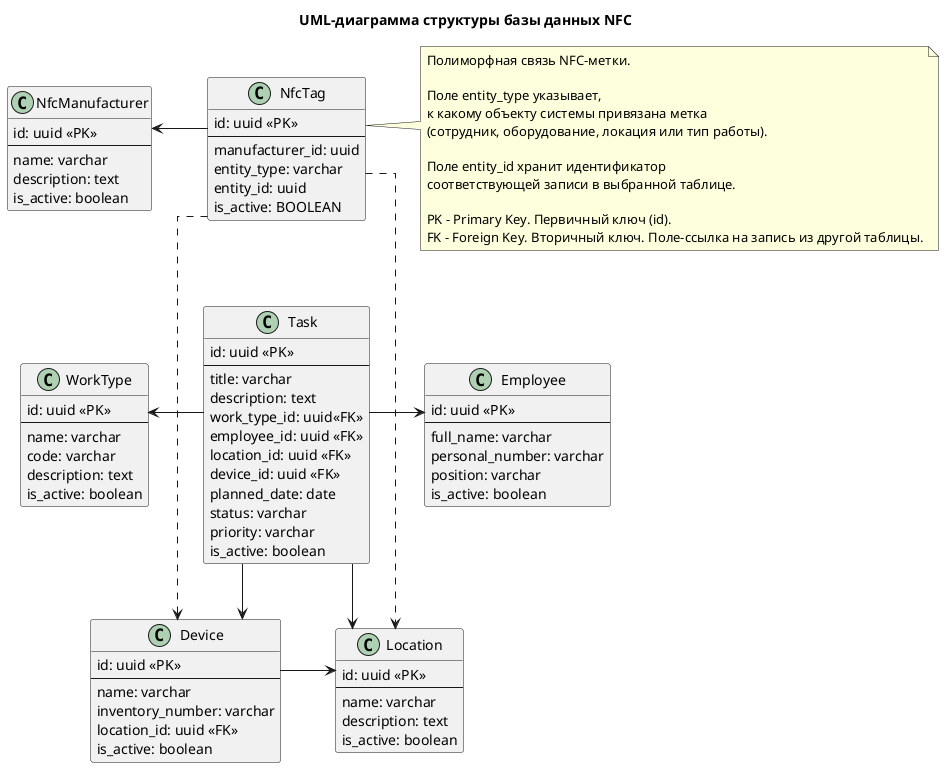
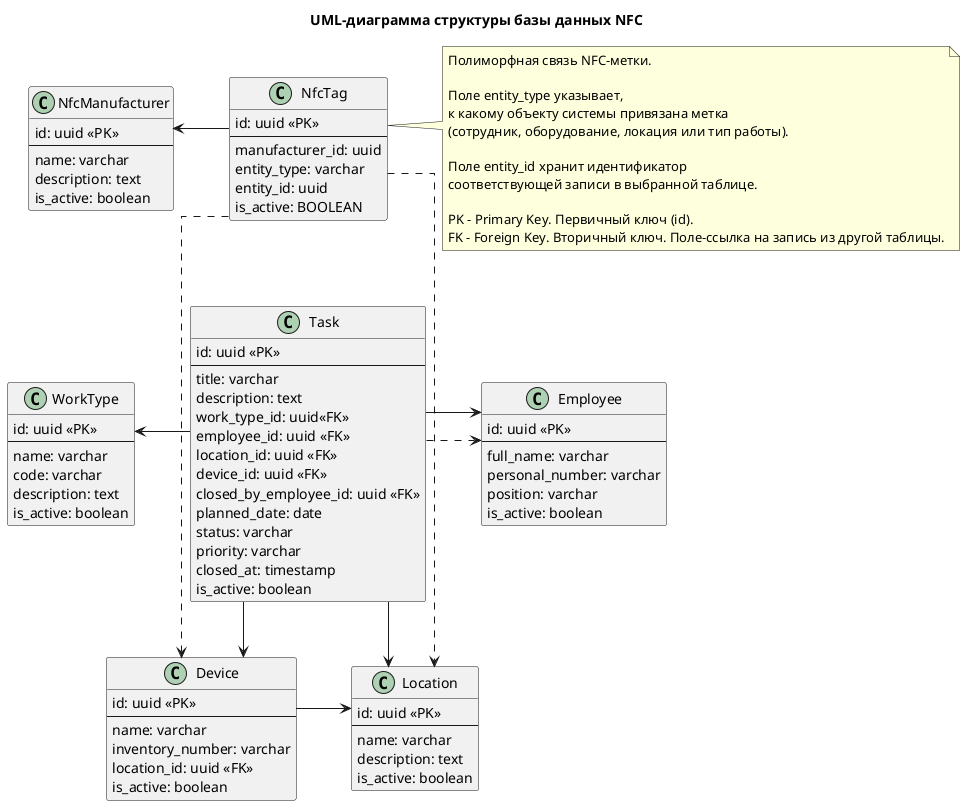
@startuml
title UML-диаграмма структуры базы данных NFC

top to bottom direction

skinparam classAttributeIconSize 0
skinparam linetype ortho
skinparam nodesep 55
skinparam ranksep 55

class NfcTag {
    id: uuid <<PK>>
    --
    manufacturer_id: uuid
    entity_type: varchar
    entity_id: uuid
    is_active: BOOLEAN
}

class WorkType {
    id: uuid <<PK>>
    --
    name: varchar
    code: varchar
    description: text
    is_active: boolean
}

class Employee {
    id: uuid <<PK>>
    --
    full_name: varchar
    personal_number: varchar
    position: varchar
    is_active: boolean
}

class Task {
    id: uuid <<PK>>
    --
    title: varchar
    description: text
    work_type_id: uuid<<FK>>
    employee_id: uuid <<FK>>
    location_id: uuid <<FK>>
    device_id: uuid <<FK>>
+     closed_by_employee_id: uuid <<FK>>
    planned_date: date
    status: varchar
    priority: varchar
+     closed_at: timestamp
    is_active: boolean
}

class Device {
    id: uuid <<PK>>
    --
    name: varchar
    inventory_number: varchar
    location_id: uuid <<FK>>
    is_active: boolean
}

class Location {
    id: uuid <<PK>>
    --
    name: varchar
    description: text
    is_active: boolean
}

class NfcManufacturer {
    id: uuid <<PK>>
    --
    name: varchar
    description: text
    is_active: boolean
}

Task -left-> WorkType
Task -right-> Employee
+ Task ..right..> Employee
Task -down-> Device
Task -down-> Location
NfcTag -left-> NfcManufacturer

NfcTag ..> Device
NfcTag ..> Location

Device -right-> Location

note right of NfcTag
  Полиморфная связь NFC-метки.

  Поле entity_type указывает,
  к какому объекту системы привязана метка
  (сотрудник, оборудование, локация или тип работы).

  Поле entity_id хранит идентификатор
  соответствующей записи в выбранной таблице.

  PK - Primary Key. Первичный ключ (id).
  FK - Foreign Key. Вторичный ключ. Поле-ссылка на запись из другой таблицы.
end note

WorkType -[hidden]right-> Task
Task -[hidden]right-> Employee

Device -[hidden]right-> Location

NfcTag -[hidden]down-> Task
WorkType -[hidden]down-> Device
Employee -[hidden]down-> Location

NfcManufacturer -[hidden]right-> NfcTag

@enduml